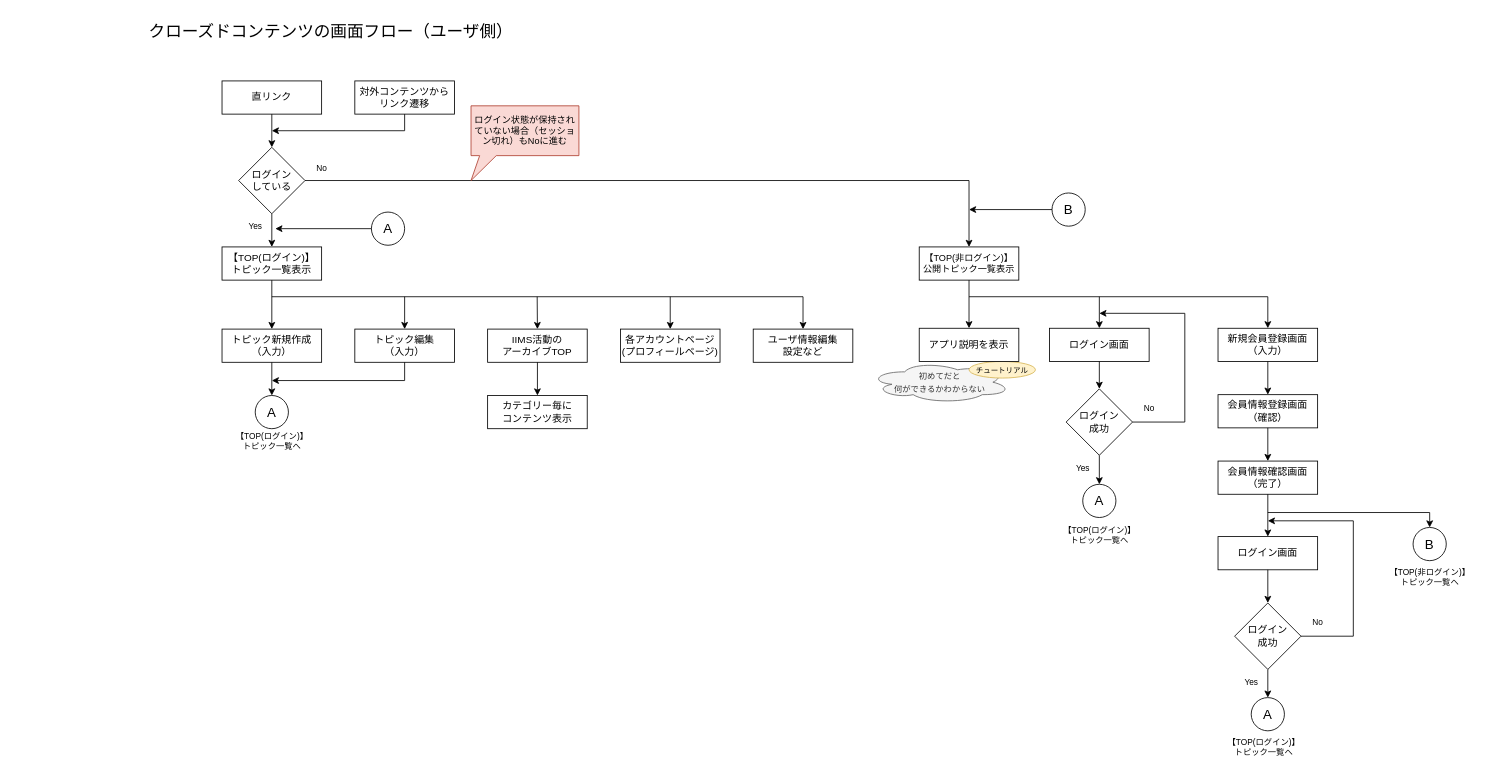
Before: page "ユーザ側" (1 of 2) of クローズドコンテンツ_画面フロー.drawio in iims-engineers/iims_closed, a draw.io diagram. Source tidied: cells renumbered, new cells numbered last; positions are measured from the earlier drawing's top-left corner, leaving out a move shared by most shapes. Both pictures are drawn from the tidied source at 83%, with x=0, y=0 at pixel (147, 14).
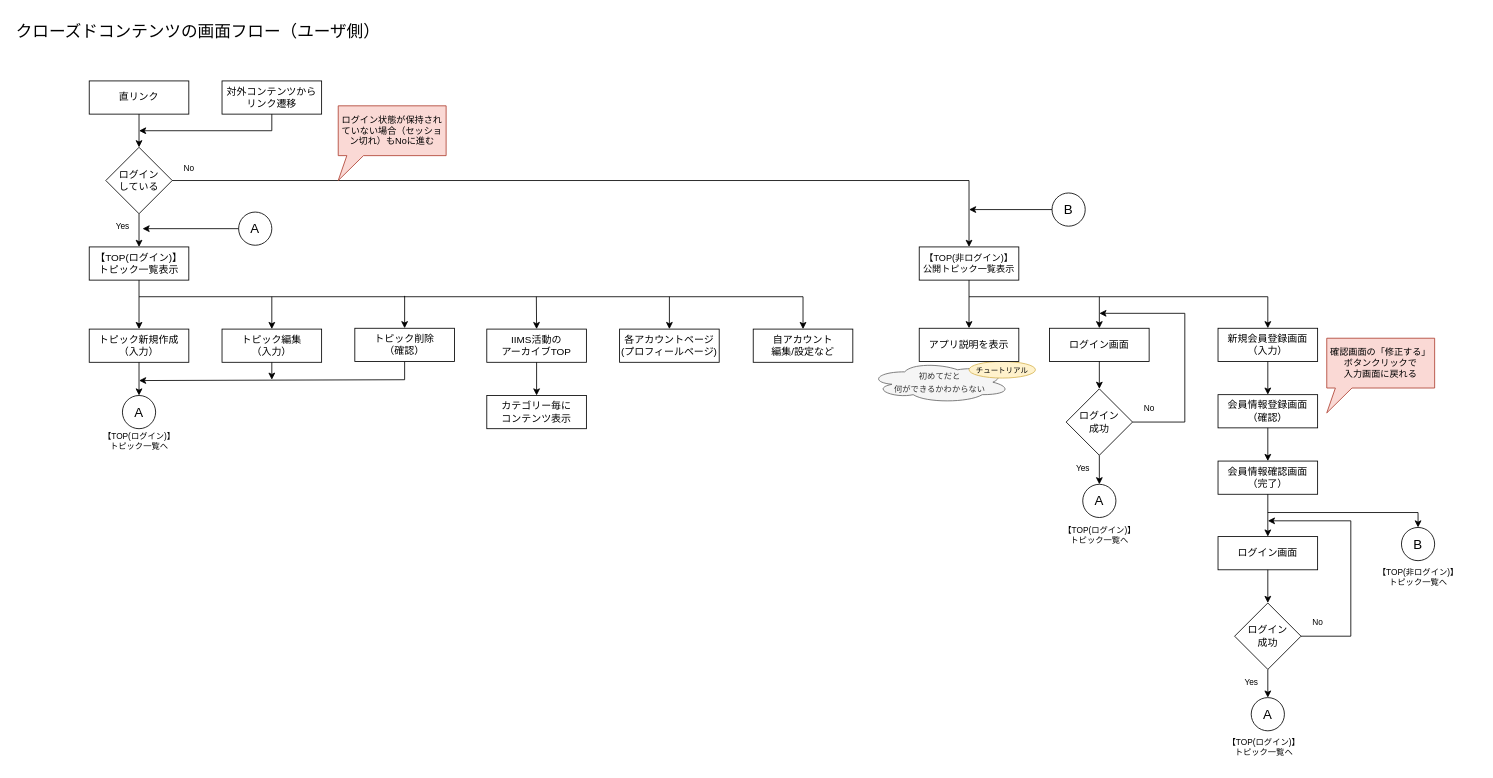
The same page after the edit.

Unchanged cells that the change refers to:
```xml
<mxCell id="62" value="ログイン&lt;br&gt;成功" style="rhombus;whiteSpace=wrap;html=1;fontSize=12;" parent="1" vertex="1">
  <mxGeometry x="1310" y="709" width="80" height="80" as="geometry" />
</mxCell>
```

Diff of the diagram source:
```diff
@@
     <mxCell id="2" value="&lt;font style=&quot;font-size: 20px;&quot;&gt;クローズドコンテンツの画面フロー（ユーザ側）&lt;/font&gt;" style="text;html=1;align=left;verticalAlign=middle;strokeColor=none;fillColor=none;" parent="1" vertex="1">
-      <mxGeometry width="460" height="40" as="geometry" />
+      <mxGeometry x="-160" width="460" height="40" as="geometry" />
     </mxCell>
     <mxCell id="3" value="対外コンテンツからリンク遷移" style="whiteSpace=wrap;html=1;" parent="1" vertex="1">
-      <mxGeometry x="250" y="80" width="120" height="40" as="geometry" />
+      <mxGeometry x="90" y="80" width="120" height="40" as="geometry" />
     </mxCell>
     <mxCell id="4" value="直リンク" style="whiteSpace=wrap;html=1;" parent="1" vertex="1">
-      <mxGeometry x="90" y="80" width="120" height="40" as="geometry" />
+      <mxGeometry x="-70" y="80" width="120" height="40" as="geometry" />
     </mxCell>
     <mxCell id="5" value="【TOP(ログイン)】&lt;br&gt;トピック一覧表示" style="whiteSpace=wrap;html=1;" parent="1" vertex="1">
-      <mxGeometry x="90" y="280" width="120" height="40" as="geometry" />
+      <mxGeometry x="-70" y="280" width="120" height="40" as="geometry" />
     </mxCell>
@@
     <mxCell id="7" style="edgeStyle=none;jettySize=auto;html=1;rounded=0;exitX=0.5;exitY=1;exitDx=0;exitDy=0;" parent="1" edge="1" source="3">
       <mxGeometry relative="1" as="geometry">
-        <mxPoint x="150" y="140" as="targetPoint" />
+        <mxPoint x="-10" y="140" as="targetPoint" />
         <Array as="points">
-          <mxPoint x="310" y="140" />
+          <mxPoint x="150" y="140" />
         </Array>
       </mxGeometry>
     </mxCell>
     <mxCell id="8" value="ログイン&lt;br&gt;している" style="rhombus;whiteSpace=wrap;html=1;fontSize=12;" parent="1" vertex="1">
-      <mxGeometry x="110" y="160" width="80" height="80" as="geometry" />
+      <mxGeometry x="-50" y="160" width="80" height="80" as="geometry" />
     </mxCell>
@@
     <mxCell id="12" value="&lt;font style=&quot;font-size: 10px;&quot;&gt;Yes&lt;/font&gt;" style="text;html=1;align=center;verticalAlign=middle;points=[];strokeColor=none;fillColor=none;fontSize=10;" parent="1" vertex="1">
-      <mxGeometry x="110" y="240" width="40" height="30" as="geometry" />
+      <mxGeometry x="-50" y="240" width="40" height="30" as="geometry" />
     </mxCell>
     <mxCell id="13" value="&lt;font style=&quot;font-size: 10px;&quot;&gt;No&lt;/font&gt;" style="text;html=1;align=center;verticalAlign=middle;strokeColor=none;fillColor=none;fontSize=10;" parent="1" vertex="1">
-      <mxGeometry x="190" y="170" width="40" height="30" as="geometry" />
+      <mxGeometry x="30" y="170" width="40" height="30" as="geometry" />
     </mxCell>
@@
     <mxCell id="17" value="トピック新規作成&lt;br&gt;（入力）" style="whiteSpace=wrap;html=1;" parent="1" vertex="1">
-      <mxGeometry x="90" y="379" width="120" height="40" as="geometry" />
+      <mxGeometry x="-70" y="379" width="120" height="40" as="geometry" />
     </mxCell>
@@
     <mxCell id="23" value="A" style="ellipse;whiteSpace=wrap;html=1;fontSize=16;" parent="1" vertex="1">
-      <mxGeometry x="270" y="238" width="40" height="40" as="geometry" />
+      <mxGeometry x="110" y="238" width="40" height="40" as="geometry" />
     </mxCell>
@@
     <mxCell id="31" style="edgeStyle=none;jettySize=auto;html=1;rounded=0;entryX=0.5;entryY=0;entryDx=0;entryDy=0;" parent="1" edge="1" target="35">
       <mxGeometry relative="1" as="geometry">
         <mxPoint x="1350" y="600" as="sourcePoint" />
         <Array as="points">
-          <mxPoint x="1545" y="600" />
+          <mxPoint x="1531" y="600" />
         </Array>
       </mxGeometry>
     </mxCell>
@@
     <mxCell id="35" value="B" style="ellipse;whiteSpace=wrap;html=1;fontSize=16;" parent="1" vertex="1">
-      <mxGeometry x="1525" y="618" width="40" height="40" as="geometry" />
+      <mxGeometry x="1511" y="618" width="40" height="40" as="geometry" />
     </mxCell>
@@
     <mxCell id="38" value="IIMS活動の&lt;br&gt;アーカイブTOP" style="whiteSpace=wrap;html=1;" parent="1" vertex="1">
-      <mxGeometry x="410" y="379" width="120" height="40" as="geometry" />
+      <mxGeometry x="409" y="379" width="120" height="40" as="geometry" />
     </mxCell>
     <mxCell id="39" value="各アカウントページ&lt;br&gt;(プロフィールページ)" style="whiteSpace=wrap;html=1;" parent="1" vertex="1">
-      <mxGeometry x="570" y="379" width="120" height="40" as="geometry" />
+      <mxGeometry x="569" y="379" width="120" height="40" as="geometry" />
     </mxCell>
     <mxCell id="40" value="トピック編集&lt;br&gt;（入力）" style="whiteSpace=wrap;html=1;" parent="1" vertex="1">
-      <mxGeometry x="250" y="379" width="120" height="40" as="geometry" />
+      <mxGeometry x="90" y="379" width="120" height="40" as="geometry" />
     </mxCell>
-    <mxCell id="41" value="ユーザ情報編集&lt;br&gt;設定など" style="whiteSpace=wrap;html=1;" parent="1" vertex="1">
+    <mxCell id="41" value="自アカウント&lt;br&gt;編集/設定など" style="whiteSpace=wrap;html=1;" parent="1" vertex="1">
       <mxGeometry x="730" y="379" width="120" height="40" as="geometry" />
     </mxCell>
     <mxCell id="42" value="A" style="ellipse;whiteSpace=wrap;html=1;fontSize=16;" parent="1" vertex="1">
-      <mxGeometry x="130" y="459" width="40" height="40" as="geometry" />
+      <mxGeometry x="-30" y="459" width="40" height="40" as="geometry" />
     </mxCell>
@@
-    <mxCell id="44" style="edgeStyle=none;jettySize=auto;html=1;rounded=0;exitX=0.5;exitY=1;exitDx=0;exitDy=0;" parent="1" edge="1" source="40">
+    <mxCell id="44" style="edgeStyle=none;jettySize=auto;html=1;rounded=0;exitX=0.5;exitY=1;exitDx=0;exitDy=0;" parent="1" edge="1" source="68">
       <mxGeometry relative="1" as="geometry">
-        <mxPoint x="150" y="441" as="targetPoint" />
+        <mxPoint x="-10" y="441" as="targetPoint" />
         <Array as="points">
-          <mxPoint x="310" y="441" />
+          <mxPoint x="310" y="440" />
         </Array>
       </mxGeometry>
     </mxCell>
@@
     <mxCell id="46" value="カテゴリー毎に&lt;br&gt;コンテンツ表示" style="whiteSpace=wrap;html=1;" parent="1" vertex="1">
-      <mxGeometry x="410" y="459" width="120" height="40" as="geometry" />
+      <mxGeometry x="409" y="459" width="120" height="40" as="geometry" />
     </mxCell>
@@
     <mxCell id="48" style="edgeStyle=none;jettySize=auto;html=1;rounded=0;entryX=0.5;entryY=0;entryDx=0;entryDy=0;" parent="1" edge="1" target="41">
       <mxGeometry relative="1" as="geometry">
-        <mxPoint x="150" y="340" as="sourcePoint" />
+        <mxPoint x="-10" y="340" as="sourcePoint" />
         <Array as="points">
           <mxPoint x="790" y="340" />
         </Array>
       </mxGeometry>
     </mxCell>
     <mxCell id="49" style="edgeStyle=none;jettySize=auto;html=1;rounded=0;entryX=0.5;entryY=0;entryDx=0;entryDy=0;" parent="1" edge="1" target="39">
       <mxGeometry relative="1" as="geometry">
-        <mxPoint x="630" y="340" as="sourcePoint" />
+        <mxPoint x="629" y="340" as="sourcePoint" />
       </mxGeometry>
     </mxCell>
     <mxCell id="50" style="edgeStyle=none;jettySize=auto;html=1;rounded=0;entryX=0.5;entryY=0;entryDx=0;entryDy=0;" parent="1" edge="1" target="38">
       <mxGeometry relative="1" as="geometry">
-        <mxPoint x="469.7" y="340" as="sourcePoint" />
+        <mxPoint x="468.7" y="340" as="sourcePoint" />
       </mxGeometry>
     </mxCell>
     <mxCell id="51" style="edgeStyle=none;jettySize=auto;html=1;rounded=0;entryX=0.5;entryY=0;entryDx=0;entryDy=0;" parent="1" edge="1" target="40">
       <mxGeometry relative="1" as="geometry">
-        <mxPoint x="310" y="340" as="sourcePoint" />
+        <mxPoint x="150" y="340" as="sourcePoint" />
       </mxGeometry>
     </mxCell>
     <mxCell id="52" value="【TOP(ログイン)】&lt;br&gt;トピック一覧へ" style="text;html=1;align=center;verticalAlign=middle;strokeColor=none;fillColor=none;fontSize=10;" parent="1" vertex="1">
-      <mxGeometry x="95" y="494" width="110" height="40" as="geometry" />
+      <mxGeometry x="-65" y="494" width="110" height="40" as="geometry" />
     </mxCell>
@@
     <mxCell id="55" value="【TOP(非ログイン)】&lt;br&gt;トピック一覧へ" style="text;html=1;align=center;verticalAlign=middle;strokeColor=none;fillColor=none;fontSize=10;" parent="1" vertex="1">
-      <mxGeometry x="1485" y="658" width="120" height="40" as="geometry" />
+      <mxGeometry x="1471" y="658" width="120" height="40" as="geometry" />
     </mxCell>
@@
     <mxCell id="66" style="edgeStyle=none;jettySize=auto;html=1;rounded=0;exitX=1;exitY=0.5;exitDx=0;exitDy=0;" parent="1" edge="1" source="62">
       <mxGeometry relative="1" as="geometry">
         <mxPoint x="1350" y="610" as="targetPoint" />
         <Array as="points">
-          <mxPoint x="1453" y="749" />
-          <mxPoint x="1453" y="610" />
+          <mxPoint x="1450" y="749" />
+          <mxPoint x="1450" y="610" />
         </Array>
       </mxGeometry>
     </mxCell>
     <mxCell id="67" value="ログイン状態が保持されていない場合（セッション切れ）もNoに進む" style="shape=callout;whiteSpace=wrap;html=1;perimeter=calloutPerimeter;fontSize=11;size=30;position=0.08;position2=0;fillColor=#fad9d5;strokeColor=#ae4132;" parent="1" vertex="1">
-      <mxGeometry x="390" y="110" width="130" height="90" as="geometry" />
+      <mxGeometry x="230" y="110" width="130" height="90" as="geometry" />
     </mxCell>
+    <mxCell id="68" value="トピック削除&lt;br&gt;（確認）" style="whiteSpace=wrap;html=1;" parent="1" vertex="1">
+      <mxGeometry x="250" y="378" width="120" height="40" as="geometry" />
+    </mxCell>
+    <mxCell id="69" style="edgeStyle=none;jettySize=auto;html=1;rounded=0;entryX=0.5;entryY=0;entryDx=0;entryDy=0;" parent="1" edge="1" target="68">
+      <mxGeometry relative="1" as="geometry">
+        <mxPoint x="310" y="339" as="sourcePoint" />
+      </mxGeometry>
+    </mxCell>
+    <mxCell id="70" style="edgeStyle=none;jettySize=auto;html=1;rounded=0;exitX=0.5;exitY=1;exitDx=0;exitDy=0;" parent="1" edge="1" source="40">
+      <mxGeometry relative="1" as="geometry">
+        <mxPoint x="150" y="440" as="targetPoint" />
+      </mxGeometry>
+    </mxCell>
+    <mxCell id="71" value="確認画面の「修正する」ボタンクリックで&lt;br&gt;入力画面に戻れる" style="shape=callout;whiteSpace=wrap;html=1;perimeter=calloutPerimeter;fontSize=11;size=30;position=0.08;position2=0;fillColor=#fad9d5;strokeColor=#ae4132;" parent="1" vertex="1">
+      <mxGeometry x="1421" y="390" width="130" height="90" as="geometry" />
+    </mxCell>
```
